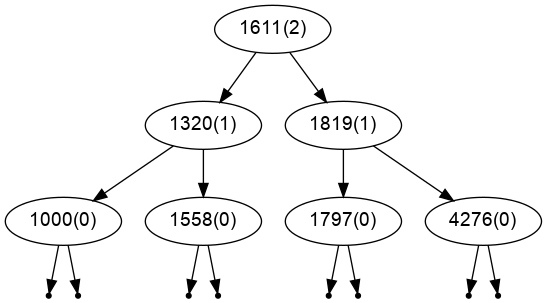
Earlier version of the Graphviz export bst.dot.png (jeffknerr/avlbst). Its source is kept beside it as bst.dot.
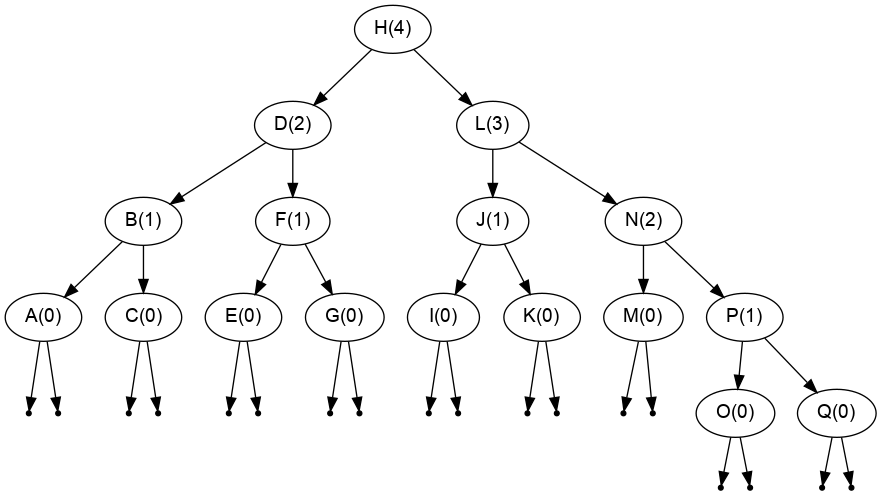
Above is the later version.

The edit, as a diff of the source:
```diff
@@ -1,25 +1,55 @@
 digraph BST {
    node [fontname="Arial"];
-   "1611(2)" -> "1320(1)" ;
-   "1320(1)" -> "1000(0)" ;
+   "H(4)" -> "D(2)" ;
+   "D(2)" -> "B(1)" ;
+   "B(1)" -> "A(0)" ;
    null1 [shape=point];
-   "1000(0)" -> null1;
+   "A(0)" -> null1;
    null2 [shape=point];
-   "1000(0)" -> null2;
-   "1320(1)" -> "1558(0)" ;
+   "A(0)" -> null2;
+   "B(1)" -> "C(0)" ;
    null3 [shape=point];
-   "1558(0)" -> null3;
+   "C(0)" -> null3;
    null4 [shape=point];
-   "1558(0)" -> null4;
-   "1611(2)" -> "1819(1)" ;
-   "1819(1)" -> "1797(0)" ;
+   "C(0)" -> null4;
+   "D(2)" -> "F(1)" ;
+   "F(1)" -> "E(0)" ;
    null5 [shape=point];
-   "1797(0)" -> null5;
+   "E(0)" -> null5;
    null6 [shape=point];
-   "1797(0)" -> null6;
-   "1819(1)" -> "4276(0)" ;
+   "E(0)" -> null6;
+   "F(1)" -> "G(0)" ;
    null7 [shape=point];
-   "4276(0)" -> null7;
+   "G(0)" -> null7;
    null8 [shape=point];
-   "4276(0)" -> null8;
+   "G(0)" -> null8;
+   "H(4)" -> "L(3)" ;
+   "L(3)" -> "J(1)" ;
+   "J(1)" -> "I(0)" ;
+   null9 [shape=point];
+   "I(0)" -> null9;
+   null10 [shape=point];
+   "I(0)" -> null10;
+   "J(1)" -> "K(0)" ;
+   null11 [shape=point];
+   "K(0)" -> null11;
+   null12 [shape=point];
+   "K(0)" -> null12;
+   "L(3)" -> "N(2)" ;
+   "N(2)" -> "M(0)" ;
+   null13 [shape=point];
+   "M(0)" -> null13;
+   null14 [shape=point];
+   "M(0)" -> null14;
+   "N(2)" -> "P(1)" ;
+   "P(1)" -> "O(0)" ;
+   null15 [shape=point];
+   "O(0)" -> null15;
+   null16 [shape=point];
+   "O(0)" -> null16;
+   "P(1)" -> "Q(0)" ;
+   null17 [shape=point];
+   "Q(0)" -> null17;
+   null18 [shape=point];
+   "Q(0)" -> null18;
 }
```
